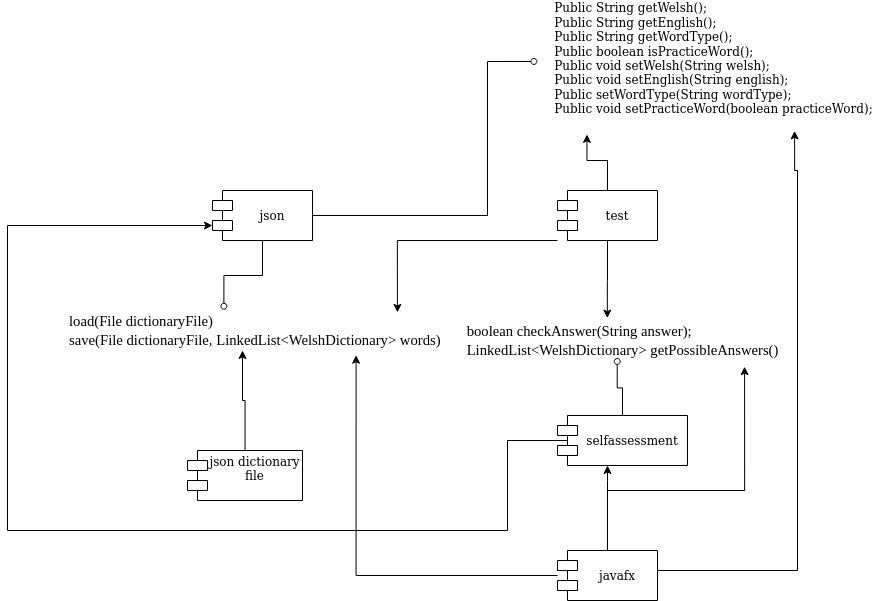
Above: docs/design_spec/src/media/img/GP20-Component-Diagram.png in SaltyW123/gp20 (draw.io), before the change. Source tidied: cells renumbered, new cells last; positions are measured from the earlier drawing's top-left corner, leaving out a move shared by most shapes. Source of this version:
```xml
<mxGraphModel background="#ffffff">
  <root>
    <mxCell id="0" />
    <mxCell id="1" parent="0" />
    <mxCell id="2" style="edgeStyle=orthogonalEdgeStyle;rounded=0;jettySize=auto;html=1;entryX=0.165;entryY=1.03;entryDx=0;entryDy=0;entryPerimeter=0;endArrow=classic;endFill=1;" parent="1" edge="1" source="5" target="20">
      <mxGeometry relative="1" as="geometry" />
    </mxCell>
    <mxCell id="3" style="edgeStyle=orthogonalEdgeStyle;rounded=0;jettySize=auto;html=1;entryX=0.454;entryY=-0.061;entryDx=0;entryDy=0;entryPerimeter=0;endArrow=classic;endFill=1;" parent="1" edge="1" source="5" target="21">
      <mxGeometry relative="1" as="geometry" />
    </mxCell>
    <mxCell id="4" style="edgeStyle=orthogonalEdgeStyle;rounded=0;jettySize=auto;html=1;entryX=0.846;entryY=0.046;entryDx=0;entryDy=0;entryPerimeter=0;endArrow=classic;endFill=1;" parent="1" edge="1" source="5" target="19">
      <mxGeometry relative="1" as="geometry">
        <Array as="points">
          <mxPoint x="390" y="240" />
        </Array>
      </mxGeometry>
    </mxCell>
    <mxCell id="5" value="test" style="shape=module;align=left;spacingLeft=20;align=center;verticalAlign=middle;" parent="1" vertex="1">
      <mxGeometry x="550" y="190" width="100" height="50" as="geometry" />
    </mxCell>
    <mxCell id="6" style="edgeStyle=orthogonalEdgeStyle;rounded=0;jettySize=auto;html=1;endArrow=oval;endFill=0;entryX=-0.012;entryY=0.469;entryDx=0;entryDy=0;entryPerimeter=0;exitX=1;exitY=0.5;exitDx=0;exitDy=0;" parent="1" edge="1" source="7" target="20">
      <mxGeometry relative="1" as="geometry">
        <Array as="points">
          <mxPoint x="480" y="215" />
          <mxPoint x="480" y="61" />
        </Array>
      </mxGeometry>
    </mxCell>
    <mxCell id="7" value="json" style="shape=module;align=left;spacingLeft=20;align=center;verticalAlign=middle;" parent="1" vertex="1">
      <mxGeometry x="205" y="190" width="100" height="50" as="geometry" />
    </mxCell>
    <mxCell id="8" style="edgeStyle=orthogonalEdgeStyle;rounded=0;jettySize=auto;html=1;entryX=0.74;entryY=1.118;entryDx=0;entryDy=0;entryPerimeter=0;endArrow=classic;endFill=1;" parent="1" edge="1" source="12" target="19">
      <mxGeometry relative="1" as="geometry" />
    </mxCell>
    <mxCell id="9" style="edgeStyle=orthogonalEdgeStyle;rounded=0;jettySize=auto;html=1;entryX=0.87;entryY=1.154;entryDx=0;entryDy=0;entryPerimeter=0;endArrow=classic;endFill=1;" parent="1" edge="1" source="12" target="21">
      <mxGeometry relative="1" as="geometry">
        <Array as="points">
          <mxPoint x="600" y="490" />
          <mxPoint x="737" y="490" />
        </Array>
      </mxGeometry>
    </mxCell>
    <mxCell id="10" style="edgeStyle=orthogonalEdgeStyle;rounded=0;jettySize=auto;html=1;entryX=0.857;entryY=1.003;entryDx=0;entryDy=0;entryPerimeter=0;endArrow=classic;endFill=1;" parent="1" edge="1" source="12" target="20">
      <mxGeometry relative="1" as="geometry">
        <Array as="points">
          <mxPoint x="790" y="570" />
          <mxPoint x="790" y="170" />
          <mxPoint x="787" y="170" />
        </Array>
      </mxGeometry>
    </mxCell>
    <mxCell id="11" style="edgeStyle=orthogonalEdgeStyle;rounded=0;jettySize=auto;html=1;exitX=0.5;exitY=0;exitDx=0;exitDy=0;" parent="1" edge="1" source="12" target="15">
      <mxGeometry relative="1" as="geometry">
        <Array as="points">
          <mxPoint x="600" y="480" />
          <mxPoint x="600" y="480" />
        </Array>
      </mxGeometry>
    </mxCell>
    <mxCell id="12" value="javafx" style="shape=module;align=left;spacingLeft=20;align=center;verticalAlign=middle;" parent="1" vertex="1">
      <mxGeometry x="550" y="550" width="100" height="50" as="geometry" />
    </mxCell>
    <mxCell id="13" style="edgeStyle=orthogonalEdgeStyle;rounded=0;jettySize=auto;html=1;startArrow=none;startFill=0;endArrow=oval;endFill=0;entryX=0.484;entryY=1.024;entryDx=0;entryDy=0;entryPerimeter=0;" parent="1" edge="1" source="15" target="21">
      <mxGeometry relative="1" as="geometry" />
    </mxCell>
    <mxCell id="14" style="edgeStyle=orthogonalEdgeStyle;rounded=0;jettySize=auto;html=1;entryX=0;entryY=0;entryDx=0;entryDy=35;entryPerimeter=0;exitX=0.11;exitY=0.58;exitDx=0;exitDy=0;exitPerimeter=0;" parent="1" edge="1" source="15" target="7">
      <mxGeometry relative="1" as="geometry">
        <Array as="points">
          <mxPoint x="564" y="440" />
          <mxPoint x="500" y="440" />
          <mxPoint x="500" y="530" />
          <mxPoint y="530" />
          <mxPoint y="225" />
        </Array>
      </mxGeometry>
    </mxCell>
    <mxCell id="15" value="selfassessment" style="shape=module;align=left;spacingLeft=20;align=center;verticalAlign=middle;" parent="1" vertex="1">
      <mxGeometry x="550" y="415" width="130" height="50" as="geometry" />
    </mxCell>
    <mxCell id="16" style="edgeStyle=orthogonalEdgeStyle;rounded=0;jettySize=auto;html=1;endArrow=none;endFill=0;startArrow=oval;startFill=0;exitX=0.401;exitY=-0.107;exitDx=0;exitDy=0;exitPerimeter=0;" parent="1" edge="1" source="19" target="7">
      <mxGeometry relative="1" as="geometry" />
    </mxCell>
    <mxCell id="17" style="edgeStyle=orthogonalEdgeStyle;rounded=0;jettySize=auto;html=1;startArrow=none;startFill=0;endArrow=classic;endFill=1;" parent="1" edge="1" source="18">
      <mxGeometry relative="1" as="geometry">
        <mxPoint x="235" y="350" as="targetPoint" />
      </mxGeometry>
    </mxCell>
    <mxCell id="18" value="json dictionary&#10;file&#10;" style="shape=module;align=left;spacingLeft=20;align=center;verticalAlign=middle;" parent="1" vertex="1">
      <mxGeometry x="180" y="450" width="115" height="50" as="geometry" />
    </mxCell>
    <mxCell id="19" value="&lt;div style=&quot;font-size: 14.6667px&quot; align=&quot;left&quot;&gt;&lt;span style=&quot;font-size: 11pt ; font-family: &amp;#34;times new roman&amp;#34; , &amp;#34;times new roman_msfontservice&amp;#34; , serif ; line-height: 19.425px&quot; class=&quot;TextRun  BCX2 SCXW83813342&quot; lang=&quot;EN-US&quot;&gt;&lt;span class=&quot;NormalTextRun  BCX2 SCXW83813342&quot; style=&quot;background-color: inherit&quot;&gt;&lt;/span&gt;&lt;span class=&quot;ContextualSpellingAndGrammarError  BCX2 SCXW83813342&quot; style=&quot;background-color: inherit&quot;&gt;load(&lt;/span&gt;&lt;span class=&quot;NormalTextRun  BCX2 SCXW83813342&quot; style=&quot;background-color: inherit&quot;&gt;File &lt;/span&gt;&lt;span class=&quot;SpellingError  BCX2 SCXW83813342&quot; style=&quot;background-color: inherit&quot;&gt;dictionaryFile&lt;/span&gt;&lt;span class=&quot;NormalTextRun  BCX2 SCXW83813342&quot; style=&quot;background-color: inherit&quot;&gt;)&lt;/span&gt;&lt;/span&gt;&lt;br&gt;&lt;span style=&quot;font-size: 11pt ; font-family: &amp;#34;times new roman&amp;#34; , &amp;#34;times new roman_msfontservice&amp;#34; , serif ; line-height: 19.425px&quot; class=&quot;TextRun  BCX2 SCXW83813342&quot; lang=&quot;EN-US&quot;&gt;&lt;span class=&quot;NormalTextRun  BCX2 SCXW83813342&quot; style=&quot;background-color: inherit&quot;&gt;&lt;span style=&quot;font-size: 11pt ; font-family: &amp;#34;times new roman&amp;#34; , &amp;#34;times new roman_msfontservice&amp;#34; , serif ; line-height: 19.425px&quot; class=&quot;TextRun  BCX2 SCXW60340633&quot; lang=&quot;EN-US&quot;&gt;&lt;span class=&quot;NormalTextRun  BCX2 SCXW60340633&quot; style=&quot;background-color: inherit&quot;&gt;&lt;/span&gt;&lt;span class=&quot;ContextualSpellingAndGrammarError  BCX2 SCXW60340633&quot; style=&quot;background-color: inherit&quot;&gt;save(&lt;/span&gt;&lt;span class=&quot;NormalTextRun  BCX2 SCXW60340633&quot; style=&quot;background-color: inherit&quot;&gt;File &lt;/span&gt;&lt;span class=&quot;SpellingError  BCX2 SCXW60340633&quot; style=&quot;background-color: inherit&quot;&gt;dictionaryFile&lt;/span&gt;&lt;span class=&quot;NormalTextRun  BCX2 SCXW60340633&quot; style=&quot;background-color: inherit&quot;&gt;, LinkedList&amp;lt;&lt;/span&gt;&lt;span class=&quot;SpellingError  BCX2 SCXW60340633&quot; style=&quot;background-color: inherit&quot;&gt;WelshDictionary&lt;/span&gt;&lt;span class=&quot;NormalTextRun  BCX2 SCXW60340633&quot; style=&quot;background-color: inherit&quot;&gt;&amp;gt; words)&lt;/span&gt;&lt;/span&gt;&lt;/span&gt;&lt;/span&gt;&lt;/div&gt;" style="text;html=1;align=left;verticalAlign=middle;points=[];" parent="1" vertex="1">
      <mxGeometry x="60" y="310" width="390" height="40" as="geometry" />
    </mxCell>
    <mxCell id="20" value="&lt;div align=&quot;left&quot;&gt;&amp;nbsp;&amp;nbsp;&amp;nbsp; Public String getWelsh(); &lt;br&gt;&amp;nbsp;&amp;nbsp;&amp;nbsp; Public String getEnglish(); &lt;br&gt;&amp;nbsp;&amp;nbsp;&amp;nbsp; Public String getWordType(); &lt;br&gt;&amp;nbsp;&amp;nbsp;&amp;nbsp; Public boolean isPracticeWord(); &lt;br&gt;&amp;nbsp;&amp;nbsp;&amp;nbsp; Public void setWelsh(String welsh); &lt;br&gt;&amp;nbsp;&amp;nbsp;&amp;nbsp; Public void setEnglish(String english); &lt;br&gt;&amp;nbsp;&amp;nbsp;&amp;nbsp; Public setWordType(String wordType); &lt;br&gt;&amp;nbsp;&amp;nbsp;&amp;nbsp; Public void setPracticeWord(boolean practiceWord); &lt;br&gt;&lt;br&gt;&lt;/div&gt;" style="text;html=1;align=left;verticalAlign=middle;points=[];" parent="1" vertex="1">
      <mxGeometry x="530" width="300" height="130" as="geometry" />
    </mxCell>
    <mxCell id="21" value="&lt;div align=&quot;left&quot;&gt;&lt;span style=&quot;color: rgb(0 , 0 , 0) ; font-size: 11pt ; font-family: &amp;#34;times new roman&amp;#34; , &amp;#34;times new roman_msfontservice&amp;#34; , serif ; line-height: 19.275px&quot; class=&quot;TextRun SCXW201480248 BCX2&quot; lang=&quot;EN-US&quot;&gt;&lt;span class=&quot;NormalTextRun SCXW201480248 BCX2&quot; style=&quot;background-color: inherit&quot;&gt;&lt;/span&gt;&lt;span class=&quot;SpellingError SCXW201480248 BCX2&quot; style=&quot;background-color: inherit&quot;&gt;boolean&lt;/span&gt;&lt;span class=&quot;NormalTextRun SCXW201480248 BCX2&quot; style=&quot;background-color: inherit&quot;&gt; &lt;/span&gt;&lt;span class=&quot;SpellingError SCXW201480248 BCX2&quot; style=&quot;background-color: inherit&quot;&gt;checkAnswer&lt;/span&gt;&lt;span class=&quot;NormalTextRun SCXW201480248 BCX2&quot; style=&quot;background-color: inherit&quot;&gt;(String answer);&lt;/span&gt;&lt;br&gt;&lt;/span&gt;&lt;/div&gt;&lt;div align=&quot;left&quot;&gt;&lt;span style=&quot;color: rgb(0 , 0 , 0) ; font-size: 11pt ; font-family: &amp;#34;times new roman&amp;#34; , &amp;#34;times new roman_msfontservice&amp;#34; , serif ; line-height: 19.275px&quot; class=&quot;TextRun  BCX2 SCXW27121808&quot; lang=&quot;EN-US&quot;&gt;&lt;span class=&quot;NormalTextRun  BCX2 SCXW27121808&quot; style=&quot;background-color: inherit&quot;&gt;LinkedList&amp;lt;&lt;/span&gt;&lt;span class=&quot;SpellingError  BCX2 SCXW27121808&quot; style=&quot;background-color: inherit&quot;&gt;WelshDictionary&lt;/span&gt;&lt;span class=&quot;NormalTextRun  BCX2 SCXW27121808&quot; style=&quot;background-color: inherit&quot;&gt;&amp;gt; &lt;/span&gt;&lt;span class=&quot;SpellingError  BCX2 SCXW27121808&quot; style=&quot;background-color: inherit&quot;&gt;getPossibleAnswers&lt;/span&gt;&lt;span class=&quot;NormalTextRun  BCX2 SCXW27121808&quot; style=&quot;background-color: inherit&quot;&gt;()&lt;/span&gt;&lt;/span&gt;&lt;br&gt;&lt;span style=&quot;color: rgb(0 , 0 , 0) ; font-size: 11pt ; font-family: &amp;#34;times new roman&amp;#34; , &amp;#34;times new roman_msfontservice&amp;#34; , serif ; line-height: 19.275px&quot; class=&quot;TextRun SCXW201480248 BCX2&quot; lang=&quot;EN-US&quot;&gt;&lt;/span&gt;&lt;/div&gt;" style="text;html=1;align=center;verticalAlign=middle;points=[];" parent="1" vertex="1">
      <mxGeometry x="450" y="320" width="330" height="40" as="geometry" />
    </mxCell>
  </root>
</mxGraphModel>
```
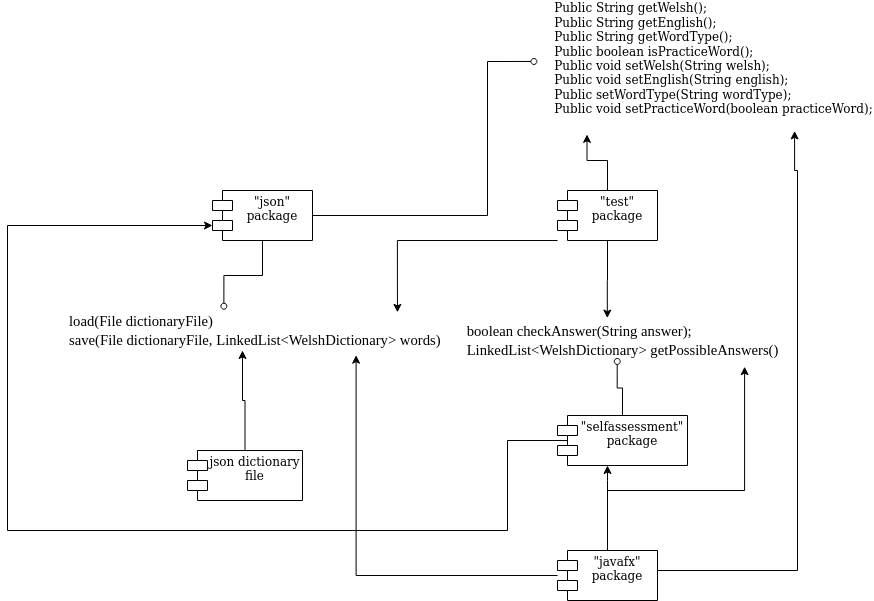
The same file after the commit.

Commit message:
updated png and xml files of component diagram

Diff of the diagram source:
```diff
@@ -15,7 +15,7 @@
         </Array>
       </mxGeometry>
     </mxCell>
-    <mxCell id="5" value="test" style="shape=module;align=left;spacingLeft=20;align=center;verticalAlign=middle;" parent="1" vertex="1">
+    <mxCell id="5" value="&quot;test&quot;&#10;package&#10;" style="shape=module;align=left;spacingLeft=20;align=center;verticalAlign=middle;" parent="1" vertex="1">
       <mxGeometry x="550" y="190" width="100" height="50" as="geometry" />
     </mxCell>
     <mxCell id="6" style="edgeStyle=orthogonalEdgeStyle;rounded=0;jettySize=auto;html=1;endArrow=oval;endFill=0;entryX=-0.012;entryY=0.469;entryDx=0;entryDy=0;entryPerimeter=0;exitX=1;exitY=0.5;exitDx=0;exitDy=0;" parent="1" edge="1" source="7" target="20">
@@ -26,7 +26,7 @@
         </Array>
       </mxGeometry>
     </mxCell>
-    <mxCell id="7" value="json" style="shape=module;align=left;spacingLeft=20;align=center;verticalAlign=middle;" parent="1" vertex="1">
+    <mxCell id="7" value="&quot;json&quot;&#10;package&#10;" style="shape=module;align=left;spacingLeft=20;align=center;verticalAlign=middle;" parent="1" vertex="1">
       <mxGeometry x="205" y="190" width="100" height="50" as="geometry" />
     </mxCell>
     <mxCell id="8" style="edgeStyle=orthogonalEdgeStyle;rounded=0;jettySize=auto;html=1;entryX=0.74;entryY=1.118;entryDx=0;entryDy=0;entryPerimeter=0;endArrow=classic;endFill=1;" parent="1" edge="1" source="12" target="19">
@@ -57,7 +57,7 @@
         </Array>
       </mxGeometry>
     </mxCell>
-    <mxCell id="12" value="javafx" style="shape=module;align=left;spacingLeft=20;align=center;verticalAlign=middle;" parent="1" vertex="1">
+    <mxCell id="12" value="&quot;javafx&quot;&#10;package&#10;" style="shape=module;align=left;spacingLeft=20;align=center;verticalAlign=middle;" parent="1" vertex="1">
       <mxGeometry x="550" y="550" width="100" height="50" as="geometry" />
     </mxCell>
     <mxCell id="13" style="edgeStyle=orthogonalEdgeStyle;rounded=0;jettySize=auto;html=1;startArrow=none;startFill=0;endArrow=oval;endFill=0;entryX=0.484;entryY=1.024;entryDx=0;entryDy=0;entryPerimeter=0;" parent="1" edge="1" source="15" target="21">
@@ -74,7 +74,7 @@
         </Array>
       </mxGeometry>
     </mxCell>
-    <mxCell id="15" value="selfassessment" style="shape=module;align=left;spacingLeft=20;align=center;verticalAlign=middle;" parent="1" vertex="1">
+    <mxCell id="15" value="&quot;selfassessment&quot;&#10;package&#10;" style="shape=module;align=left;spacingLeft=20;align=center;verticalAlign=middle;" parent="1" vertex="1">
       <mxGeometry x="550" y="415" width="130" height="50" as="geometry" />
     </mxCell>
     <mxCell id="16" style="edgeStyle=orthogonalEdgeStyle;rounded=0;jettySize=auto;html=1;endArrow=none;endFill=0;startArrow=oval;startFill=0;exitX=0.401;exitY=-0.107;exitDx=0;exitDy=0;exitPerimeter=0;" parent="1" edge="1" source="19" target="7">
```
